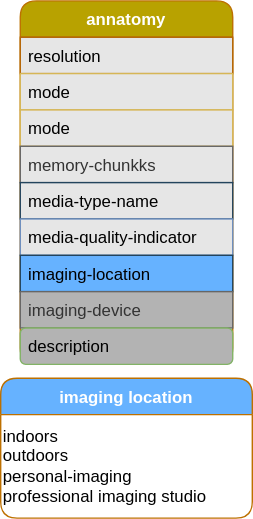
morawi/ddoif keeps this draw.io diagram as figures/media.svg. Above is the earlier version. Source tidied: cells renumbered, new cells last; positions are measured from the earlier drawing's top-left corner, leaving out a move shared by most shapes. The source it was exported from:
```xml
<mxGraphModel>
  <root>
    <mxCell id="0" />
    <mxCell id="1" parent="0" />
    <mxCell id="2" value="annatomy" style="swimlane;fontStyle=1;align=center;verticalAlign=top;horizontal=1;startSize=26;rounded=1;shadow=0;strokeWidth=1;fillColor=#B8A200;strokeColor=#BD7000;fontColor=#ffffff;" parent="1" vertex="1">
      <mxGeometry x="14" width="152" height="260" as="geometry" />
    </mxCell>
    <mxCell id="3" value="resolution" style="text;align=left;verticalAlign=top;spacingLeft=4;spacingRight=4;overflow=hidden;fillColor=#E6E6E6;strokeColor=#b46504;" parent="2" vertex="1">
      <mxGeometry y="26" width="152" height="26" as="geometry" />
    </mxCell>
    <mxCell id="4" value="mode" style="text;align=left;verticalAlign=top;spacingLeft=4;spacingRight=4;overflow=hidden;rounded=0;shadow=0;html=0;fillColor=#E6E6E6;strokeColor=#d6b656;" parent="2" vertex="1">
      <mxGeometry y="52" width="152" height="26" as="geometry" />
    </mxCell>
    <mxCell id="5" value="mode" style="text;align=left;verticalAlign=top;spacingLeft=4;spacingRight=4;overflow=hidden;rounded=0;shadow=0;html=0;fillColor=#E6E6E6;strokeColor=#d6b656;" parent="2" vertex="1">
      <mxGeometry y="78" width="152" height="26" as="geometry" />
    </mxCell>
    <mxCell id="6" value="memory-chunkks" style="text;align=left;verticalAlign=top;spacingLeft=4;spacingRight=4;overflow=hidden;rounded=0;shadow=0;html=0;fillColor=#E6E6E6;strokeColor=#666666;fontColor=#333333;" parent="2" vertex="1">
      <mxGeometry y="104" width="152" height="26" as="geometry" />
    </mxCell>
    <mxCell id="7" value="media-type-name" style="text;align=left;verticalAlign=top;spacingLeft=4;spacingRight=4;overflow=hidden;rounded=0;shadow=0;html=0;fillColor=#E6E6E6;strokeColor=#23445d;" parent="2" vertex="1">
      <mxGeometry y="130" width="152" height="26" as="geometry" />
    </mxCell>
    <mxCell id="8" value="media-quality-indicator" style="text;align=left;verticalAlign=top;spacingLeft=4;spacingRight=4;overflow=hidden;rounded=0;shadow=0;html=0;fillColor=#E6E6E6;strokeColor=#6c8ebf;" parent="2" vertex="1">
      <mxGeometry y="156" width="152" height="26" as="geometry" />
    </mxCell>
    <mxCell id="9" value="imaging-location" style="text;align=left;verticalAlign=top;spacingLeft=4;spacingRight=4;overflow=hidden;rounded=0;shadow=0;html=0;fillColor=#66B2FF;strokeColor=#23445d;" parent="2" vertex="1">
      <mxGeometry y="182" width="152" height="26" as="geometry" />
    </mxCell>
    <mxCell id="10" value="imaging-device" style="text;align=left;verticalAlign=top;spacingLeft=4;spacingRight=4;overflow=hidden;rounded=0;shadow=0;html=0;fillColor=#B3B3B3;strokeColor=#666666;fontColor=#333333;" parent="2" vertex="1">
      <mxGeometry y="208" width="152" height="26" as="geometry" />
    </mxCell>
    <mxCell id="11" value="description" style="text;align=left;verticalAlign=top;spacingLeft=4;spacingRight=4;overflow=hidden;rounded=1;shadow=0;html=0;fillColor=#B3B3B3;strokeColor=#82b366;" parent="2" vertex="1">
      <mxGeometry y="234" width="152" height="26" as="geometry" />
    </mxCell>
    <mxCell id="12" value="imaging location" style="swimlane;fontStyle=1;align=center;verticalAlign=top;horizontal=1;startSize=26;rounded=1;shadow=0;strokeWidth=1;fillColor=#66B2FF;strokeColor=#BD7000;fontColor=#ffffff;" parent="1" vertex="1">
      <mxGeometry y="270" width="180" height="100" as="geometry" />
    </mxCell>
    <mxCell id="13" value="indoors&lt;br&gt;outdoors&lt;br&gt;personal-imaging&lt;br&gt;professional imaging studio" style="text;html=1;strokeColor=none;fillColor=none;align=left;verticalAlign=middle;whiteSpace=wrap;rounded=0;" parent="12" vertex="1">
      <mxGeometry y="26" width="180" height="74" as="geometry" />
    </mxCell>
  </root>
</mxGraphModel>
```
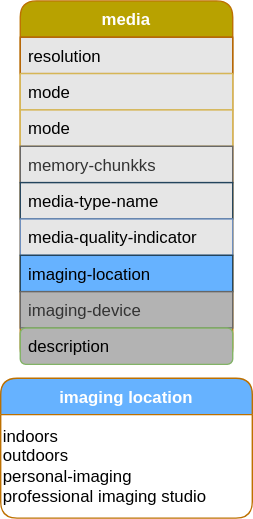
Above is the later version.

Commit message:
Corrected readme and media

What changed in the source:
```diff
@@ -2,7 +2,7 @@
   <root>
     <mxCell id="0" />
     <mxCell id="1" parent="0" />
-    <mxCell id="2" value="annatomy" style="swimlane;fontStyle=1;align=center;verticalAlign=top;horizontal=1;startSize=26;rounded=1;shadow=0;strokeWidth=1;fillColor=#B8A200;strokeColor=#BD7000;fontColor=#ffffff;" parent="1" vertex="1">
+    <mxCell id="2" value="media" style="swimlane;fontStyle=1;align=center;verticalAlign=top;horizontal=1;startSize=26;rounded=1;shadow=0;strokeWidth=1;fillColor=#B8A200;strokeColor=#BD7000;fontColor=#ffffff;" parent="1" vertex="1">
       <mxGeometry x="14" width="152" height="260" as="geometry" />
     </mxCell>
     <mxCell id="3" value="resolution" style="text;align=left;verticalAlign=top;spacingLeft=4;spacingRight=4;overflow=hidden;fillColor=#E6E6E6;strokeColor=#b46504;" parent="2" vertex="1">
```
